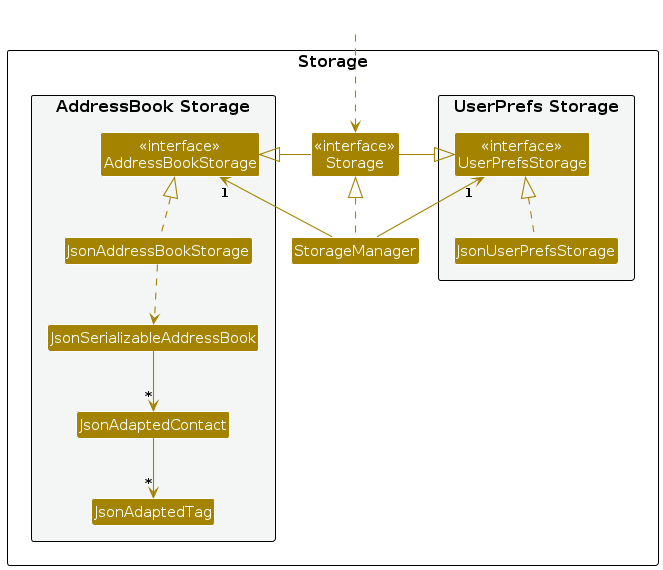
AY2324S1-CS2103T-T09-1/tp keeps this PlantUML diagram as diagrams/StorageClassDiagram.png. Above is the earlier version. Its source is kept beside it as diagrams/StorageClassDiagram.puml. Source of this version:
```plantuml
@startuml
!include style.puml
skinparam arrowThickness 1.1
skinparam arrowColor STORAGE_COLOR
skinparam classBackgroundColor STORAGE_COLOR

package Storage as StoragePackage {

package "UserPrefs Storage" #F4F6F6{
Class "<<interface>>\nUserPrefsStorage" as UserPrefsStorage
Class JsonUserPrefsStorage
}

Class "<<interface>>\nStorage" as Storage
Class StorageManager

package "AddressBook Storage" #F4F6F6{
Class "<<interface>>\nAddressBookStorage" as AddressBookStorage
Class JsonAddressBookStorage
Class JsonSerializableAddressBook
Class JsonAdaptedContact
Class JsonAdaptedTag
}

}

Class HiddenOutside #FFFFFF
HiddenOutside ..> Storage

StorageManager .up.|> Storage
StorageManager -up-> "1" UserPrefsStorage
StorageManager -up-> "1" AddressBookStorage

Storage -left-|> UserPrefsStorage
Storage -right-|> AddressBookStorage

JsonUserPrefsStorage .up.|> UserPrefsStorage
JsonAddressBookStorage .up.|> AddressBookStorage
JsonAddressBookStorage ..> JsonSerializableAddressBook
JsonSerializableAddressBook --> "*" JsonAdaptedContact
JsonAdaptedContact --> "*" JsonAdaptedTag

@enduml
```
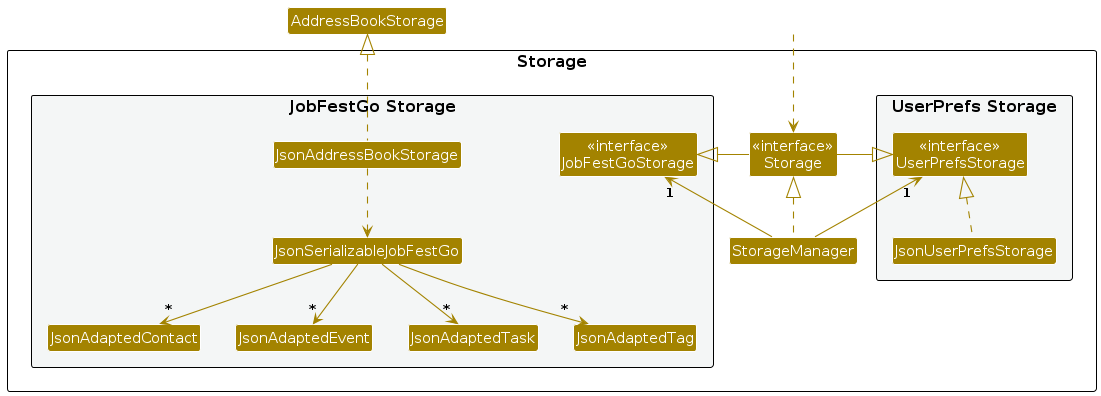
Later version of the same file.

Change to the diagram source:
```diff
@@ -14,11 +14,13 @@
 Class "<<interface>>\nStorage" as Storage
 Class StorageManager
 
-package "AddressBook Storage" #F4F6F6{
-Class "<<interface>>\nAddressBookStorage" as AddressBookStorage
+package "JobFestGo Storage" #F4F6F6{
+Class "<<interface>>\nJobFestGoStorage" as JobFestGoStorage
 Class JsonAddressBookStorage
-Class JsonSerializableAddressBook
+Class JsonSerializableJobFestGo
 Class JsonAdaptedContact
+Class JsonAdaptedEvent
+Class JsonAdaptedTask
 Class JsonAdaptedTag
 }
 
@@ -29,15 +31,17 @@
 
 StorageManager .up.|> Storage
 StorageManager -up-> "1" UserPrefsStorage
-StorageManager -up-> "1" AddressBookStorage
+StorageManager -up-> "1" JobFestGoStorage
 
 Storage -left-|> UserPrefsStorage
-Storage -right-|> AddressBookStorage
+Storage -right-|> JobFestGoStorage
 
 JsonUserPrefsStorage .up.|> UserPrefsStorage
 JsonAddressBookStorage .up.|> AddressBookStorage
-JsonAddressBookStorage ..> JsonSerializableAddressBook
-JsonSerializableAddressBook --> "*" JsonAdaptedContact
-JsonAdaptedContact --> "*" JsonAdaptedTag
+JsonAddressBookStorage ..> JsonSerializableJobFestGo
+JsonSerializableJobFestGo --> "*" JsonAdaptedContact
+JsonSerializableJobFestGo --> "*" JsonAdaptedEvent
+JsonSerializableJobFestGo --> "*" JsonAdaptedTask
+JsonSerializableJobFestGo --> "*" JsonAdaptedTag
 
 @enduml
```
